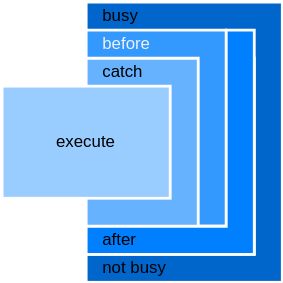
Earlier version of the draw.io export doc/chained.drawio.svg (FelixCpp/use_in_case). Source tidied: cells renumbered, new cells last; positions are measured from the earlier drawing's top-left corner, leaving out a move shared by most shapes. Source of this version:
```xml
<mxGraphModel background="#ffffff">
  <root>
    <mxCell id="0" />
    <mxCell id="1" parent="0" />
    <mxCell id="2" style="group;fillColor=#0066CC;strokeColor=#FFFFFF;fontColor=#000000;strokeWidth=2;" parent="1" vertex="1">
      <mxGeometry x="60" width="140" height="200" as="geometry" />
    </mxCell>
    <mxCell id="3" style="group;fillColor=#66B2FF;strokeColor=#FFFFFF;fontColor=#ffffff;strokeWidth=2;" parent="1" vertex="1">
      <mxGeometry x="60" y="40" width="120" height="140" as="geometry" />
    </mxCell>
    <mxCell id="4" style="endArrow=none;html=1;strokeColor=none;" parent="1" edge="1">
      <mxGeometry relative="1" as="geometry">
        <mxPoint x="140" y="160" as="sourcePoint" />
        <mxPoint x="140" y="40" as="targetPoint" />
      </mxGeometry>
    </mxCell>
    <mxCell id="5" style="endArrow=none;html=1;strokeColor=none;" parent="1" edge="1">
      <mxGeometry relative="1" as="geometry">
        <mxPoint x="60" y="40" as="sourcePoint" />
        <mxPoint x="140" y="40" as="targetPoint" />
      </mxGeometry>
    </mxCell>
    <mxCell id="6" style="endArrow=none;html=1;endFill=0;strokeColor=none;" parent="1" edge="1">
      <mxGeometry relative="1" as="geometry">
        <mxPoint x="120" y="140" as="sourcePoint" />
        <mxPoint x="120" y="60" as="targetPoint" />
      </mxGeometry>
    </mxCell>
    <mxCell id="7" value="catch" style="text;html=1;strokeColor=none;fillColor=none;align=left;verticalAlign=middle;whiteSpace=wrap;rounded=0;strokeWidth=0;" parent="1" vertex="1">
      <mxGeometry x="70" y="40" width="60" height="20" as="geometry" />
    </mxCell>
    <mxCell id="8" style="shape=corner;whiteSpace=wrap;html=1;rotation=90;fillColor=#3399FF;strokeColor=#FFFFFF;fontColor=#ffffff;strokeWidth=2;" parent="1" vertex="1">
      <mxGeometry x="40" y="40" width="140" height="100" as="geometry" />
    </mxCell>
    <mxCell id="9" value="before" style="text;html=1;strokeColor=none;fillColor=none;align=left;verticalAlign=middle;whiteSpace=wrap;rounded=0;fontColor=#F0F0F0;" parent="1" vertex="1">
      <mxGeometry x="70" y="20" width="60" height="20" as="geometry" />
    </mxCell>
    <mxCell id="10" style="shape=corner;whiteSpace=wrap;html=1;rotation=-180;dx=20;dy=20;fillColor=#007FFF;strokeColor=#FFFFFF;fontColor=#E6E6E6;strokeWidth=2;" parent="1" vertex="1">
      <mxGeometry x="60" y="20" width="120" height="160" as="geometry" />
    </mxCell>
    <mxCell id="11" value="after" style="text;html=1;strokeColor=none;fillColor=none;align=left;verticalAlign=middle;whiteSpace=wrap;rounded=0;" parent="1" vertex="1">
      <mxGeometry x="70" y="160" width="60" height="20" as="geometry" />
    </mxCell>
    <mxCell id="12" value="execute" style="rounded=0;whiteSpace=wrap;html=1;fillColor=#99CCFF;strokeColor=#FFFFFF;gradientColor=none;gradientDirection=west;strokeWidth=2;" parent="1" vertex="1">
      <mxGeometry y="60" width="120" height="80" as="geometry" />
    </mxCell>
    <mxCell id="13" value="busy&lt;span style=&quot;color: rgba(0, 0, 0, 0); font-family: monospace; font-size: 0px;&quot;&gt;%3CmxGraphModel%3E%3Croot%3E%3CmxCell%20id%3D%220%22%2F%3E%3CmxCell%20id%3D%221%22%20parent%3D%220%22%2F%3E%3CmxCell%20id%3D%222%22%20value%3D%22before%22%20style%3D%22text%3Bhtml%3D1%3BstrokeColor%3Dnone%3BfillColor%3Dnone%3Balign%3Dcenter%3BverticalAlign%3Dmiddle%3BwhiteSpace%3Dwrap%3Brounded%3D0%3B%22%20vertex%3D%221%22%20parent%3D%221%22%3E%3CmxGeometry%20x%3D%2260%22%20y%3D%22120%22%20width%3D%2260%22%20height%3D%2220%22%20as%3D%22geometry%22%2F%3E%3C%2FmxCell%3E%3C%2Froot%3E%3C%2FmxGraphModel%3E&lt;/span&gt;" style="text;html=1;strokeColor=none;fillColor=none;align=left;verticalAlign=middle;whiteSpace=wrap;rounded=0;" parent="1" vertex="1">
      <mxGeometry x="70" width="60" height="20" as="geometry" />
    </mxCell>
    <mxCell id="14" value="not busy&lt;span style=&quot;color: rgba(0, 0, 0, 0); font-family: monospace; font-size: 0px;&quot;&gt;%3CmxGraphModel%3E%3Croot%3E%3CmxCell%20id%3D%220%22%2F%3E%3CmxCell%20id%3D%221%22%20parent%3D%220%22%2F%3E%3CmxCell%20id%3D%222%22%20value%3D%22before%22%20style%3D%22text%3Bhtml%3D1%3BstrokeColor%3Dnone%3BfillColor%3Dnone%3Balign%3Dcenter%3BverticalAlign%3Dmiddle%3BwhiteSpace%3Dwrap%3Brounded%3D0%3B%22%20vertex%3D%221%22%20parent%3D%221%22%3E%3CmxGeometry%20x%3D%2260%22%20y%3D%22120%22%20width%3D%2260%22%20height%3D%2220%22%20as%3D%22geometry%22%2F%3E%3C%2FmxCell%3E%3C%2Froot%3E%3C%2FmxGraphModel%3E&lt;/span&gt;" style="text;html=1;strokeColor=none;fillColor=none;align=left;verticalAlign=middle;whiteSpace=wrap;rounded=0;" parent="1" vertex="1">
      <mxGeometry x="70" y="180" width="60" height="20" as="geometry" />
    </mxCell>
  </root>
</mxGraphModel>
```
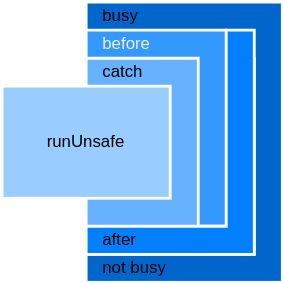
Above is the later version.

Change to the diagram source:
```diff
@@ -41,7 +41,7 @@
     <mxCell id="11" value="after" style="text;html=1;strokeColor=none;fillColor=none;align=left;verticalAlign=middle;whiteSpace=wrap;rounded=0;" parent="1" vertex="1">
       <mxGeometry x="70" y="160" width="60" height="20" as="geometry" />
     </mxCell>
-    <mxCell id="12" value="execute" style="rounded=0;whiteSpace=wrap;html=1;fillColor=#99CCFF;strokeColor=#FFFFFF;gradientColor=none;gradientDirection=west;strokeWidth=2;" parent="1" vertex="1">
+    <mxCell id="12" value="runUnsafe" style="rounded=0;whiteSpace=wrap;html=1;fillColor=#99CCFF;strokeColor=#FFFFFF;gradientColor=none;gradientDirection=west;strokeWidth=2;" parent="1" vertex="1">
       <mxGeometry y="60" width="120" height="80" as="geometry" />
     </mxCell>
     <mxCell id="13" value="busy&lt;span style=&quot;color: rgba(0, 0, 0, 0); font-family: monospace; font-size: 0px;&quot;&gt;%3CmxGraphModel%3E%3Croot%3E%3CmxCell%20id%3D%220%22%2F%3E%3CmxCell%20id%3D%221%22%20parent%3D%220%22%2F%3E%3CmxCell%20id%3D%222%22%20value%3D%22before%22%20style%3D%22text%3Bhtml%3D1%3BstrokeColor%3Dnone%3BfillColor%3Dnone%3Balign%3Dcenter%3BverticalAlign%3Dmiddle%3BwhiteSpace%3Dwrap%3Brounded%3D0%3B%22%20vertex%3D%221%22%20parent%3D%221%22%3E%3CmxGeometry%20x%3D%2260%22%20y%3D%22120%22%20width%3D%2260%22%20height%3D%2220%22%20as%3D%22geometry%22%2F%3E%3C%2FmxCell%3E%3C%2Froot%3E%3C%2FmxGraphModel%3E&lt;/span&gt;" style="text;html=1;strokeColor=none;fillColor=none;align=left;verticalAlign=middle;whiteSpace=wrap;rounded=0;" parent="1" vertex="1">
```
